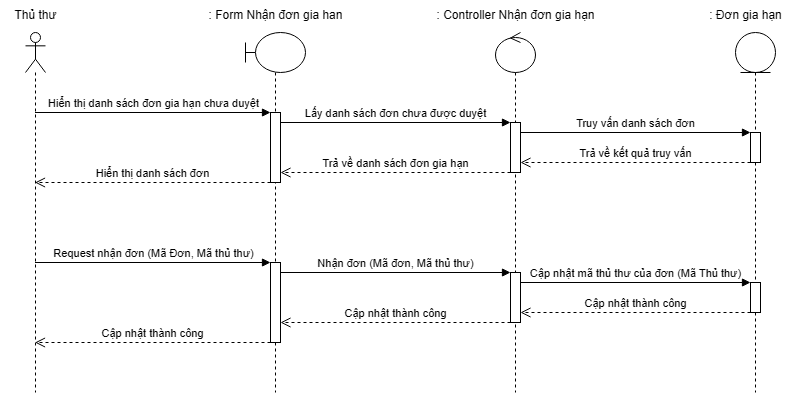
The draw.io diagram Sequence Diagram/UC Gia hạn sách/Actor Thủ thư - Nhận đơn gia hạn.png in kimcuongdev/LibrarySystemAD, before a commit. Source tidied: cells renumbered, new cells last; positions are measured from the earlier drawing's top-left corner, leaving out a move shared by most shapes.
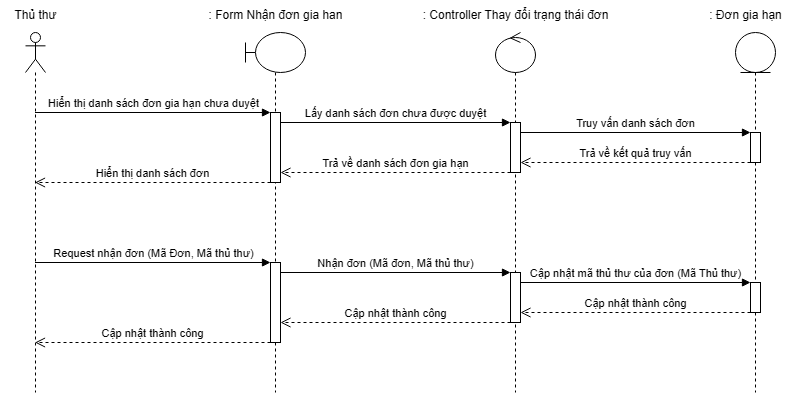
After the change.

Change to the diagram source:
```diff
@@ -110,8 +110,8 @@
     <mxCell id="25" value=": Form Nhận đơn gia han" style="text;html=1;align=center;verticalAlign=middle;strokeColor=none;fillColor=none;" parent="1" vertex="1">
       <mxGeometry x="195" width="160" height="30" as="geometry" />
     </mxCell>
-    <mxCell id="26" value=": Controller Nhận đơn gia hạn" style="text;html=1;align=center;verticalAlign=middle;strokeColor=none;fillColor=none;" parent="1" vertex="1">
-      <mxGeometry x="425" width="180" height="30" as="geometry" />
+    <mxCell id="26" value=": Controller Thay đổi trạng thái đơn" style="text;html=1;align=center;verticalAlign=middle;strokeColor=none;fillColor=none;" parent="1" vertex="1">
+      <mxGeometry x="410" width="210" height="30" as="geometry" />
     </mxCell>
     <mxCell id="27" value=": Đơn gia hạn" style="text;html=1;align=center;verticalAlign=middle;strokeColor=none;fillColor=none;" parent="1" vertex="1">
       <mxGeometry x="695" width="100" height="30" as="geometry" />
```
